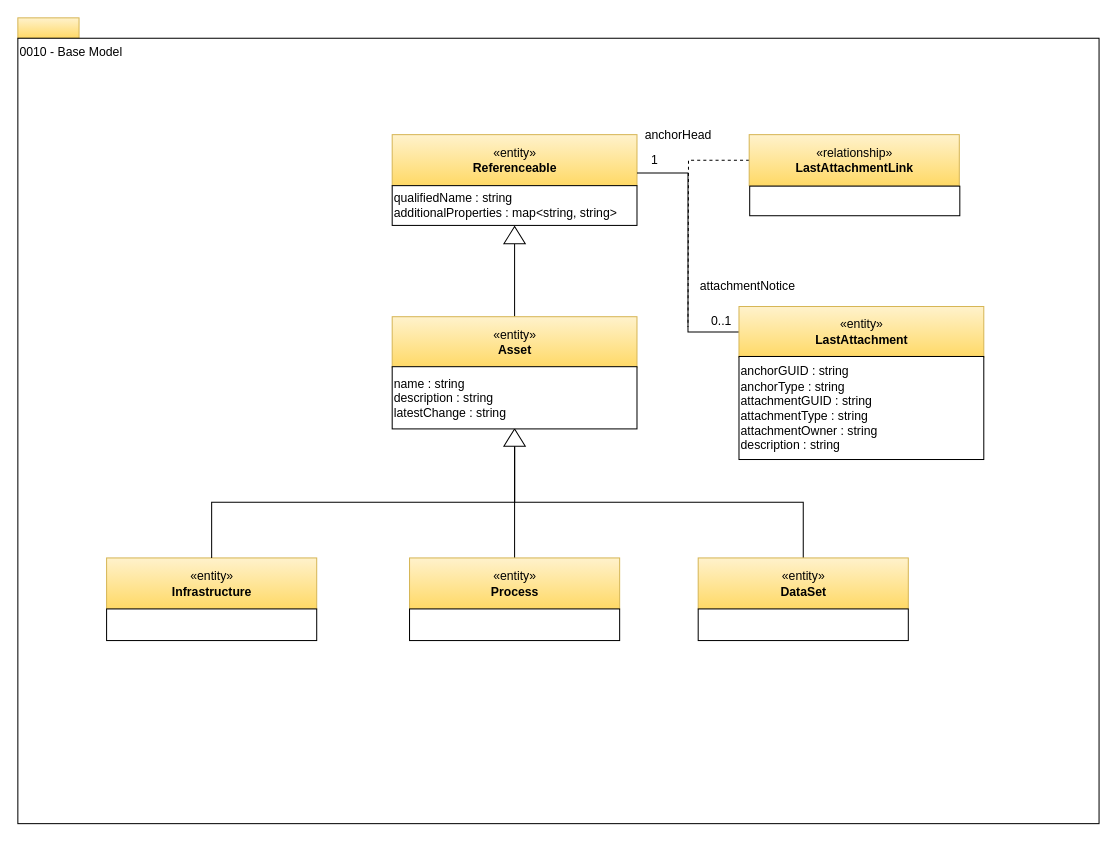
The draw.io diagram page "0010-Base-Model" (2 of 18) of open-metadata-publication/website/open-metadata-types/area-0-basic-types-and-infrastructure.drawio in planetf1/egeria, before the edit. Source tidied: cells renumbered, new cells numbered last; positions are measured from the earlier drawing's top-left corner, leaving out a move shared by most shapes. Both pictures are drawn from the tidied source at 102%, with x=0, y=0 at pixel (17, 17).
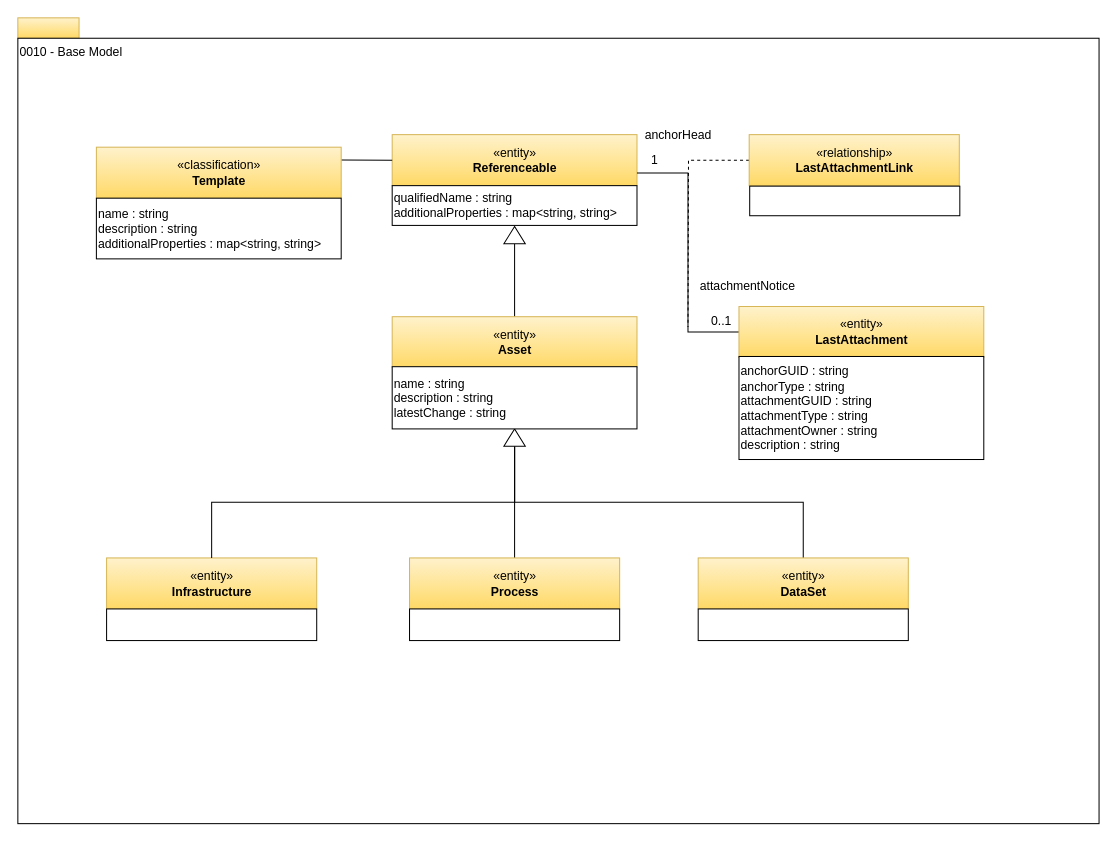
The same page after the edit.

Unchanged cells that the change refers to:
```xml
<mxCell id="4" value="«entity»&lt;br&gt;&lt;b&gt;Referenceable&lt;/b&gt;" style="html=1;strokeColor=#d6b656;align=center;fillColor=#fff2cc;gradientColor=#ffd966;" parent="1" vertex="1">
  <mxGeometry x="367" y="114.5" width="240" height="50" as="geometry" />
</mxCell>
```

The edit, as a diff of the source:
```diff
@@
+    <mxCell id="30" style="edgeStyle=none;rounded=0;jettySize=auto;html=1;exitX=1;exitY=0.25;exitDx=0;exitDy=0;entryX=0;entryY=0.5;entryDx=0;entryDy=0;endArrow=none;endFill=0;" parent="1" edge="1" source="31" target="4">
+      <mxGeometry relative="1" as="geometry" />
+    </mxCell>
+    <mxCell id="31" value="«classification»&lt;br&gt;&lt;b&gt;Template&lt;/b&gt;" style="html=1;strokeColor=#d6b656;align=center;fillColor=#fff2cc;gradientColor=#ffd966;" parent="1" vertex="1">
+      <mxGeometry x="77" y="126.8" width="240" height="50" as="geometry" />
+    </mxCell>
+    <mxCell id="32" value="name : string&lt;br&gt;description : string&lt;br&gt;additionalProperties : map&amp;lt;string, string&amp;gt;&lt;br&gt;&lt;div style=&quot;text-align: left&quot;&gt;&lt;/div&gt;" style="rounded=0;whiteSpace=wrap;html=1;strokeColor=#000000;gradientColor=#ffffff;align=left;" parent="1" vertex="1">
+      <mxGeometry x="77" y="176.8" width="240" height="59.5" as="geometry" />
+    </mxCell>
```
